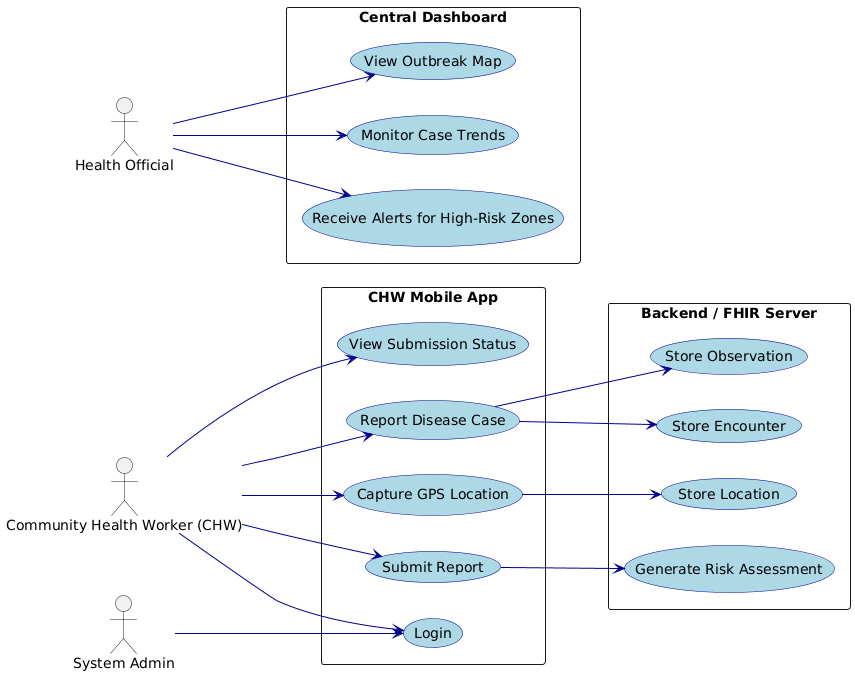
This is Docs/Use_Case_Diagrams/use_case_diagram.png from MagnifiqueUwizeye01/Disease-Outbreak-Mapper-App, a PlantUML export, as it was before one commit.
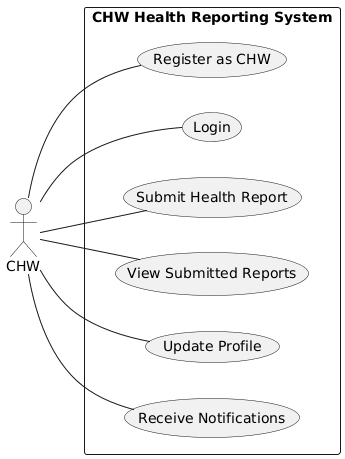
After the change.

The edit, as a diff of the source:
```diff
@@ -1,51 +1,16 @@
 @startuml
 left to right direction
-skinparam packageStyle rectangle
-skinparam usecase {
-    BackgroundColor LightBlue
-    BorderColor DarkBlue
-    ArrowColor DarkBlue
+
+actor CHW as chw
+
+rectangle "CHW Health Reporting System" {
+
+  chw -- (Register as CHW)
+  chw -- (Login)
+  chw -- (Submit Health Report)
+  chw -- (View Submitted Reports)
+  chw -- (Update Profile)
+  chw -- (Receive Notifications)
+
 }
-
-actor "Community Health Worker (CHW)" as CHW
-actor "Health Official" as Official
-actor "System Admin" as Admin
-
-package "CHW Mobile App" {
-    usecase "Login" as UC1
-    usecase "Report Disease Case" as UC2
-    usecase "Capture GPS Location" as UC3
-    usecase "Submit Report" as UC4
-    usecase "View Submission Status" as UC5
-}
-
-package "Backend / FHIR Server" {
-    usecase "Store Observation" as UC6
-    usecase "Store Encounter" as UC7
-    usecase "Store Location" as UC8
-    usecase "Generate Risk Assessment" as UC9
-}
-
-package "Central Dashboard" {
-    usecase "View Outbreak Map" as UC10
-    usecase "Monitor Case Trends" as UC11
-    usecase "Receive Alerts for High-Risk Zones" as UC12
-}
-
-CHW --> UC1
-CHW --> UC2
-CHW --> UC3
-CHW --> UC4
-CHW --> UC5
-
-Admin --> UC1
-
-UC2 --> UC6
-UC2 --> UC7
-UC3 --> UC8
-UC4 --> UC9
-
-Official --> UC10
-Official --> UC11
-Official --> UC12
 @enduml
```
